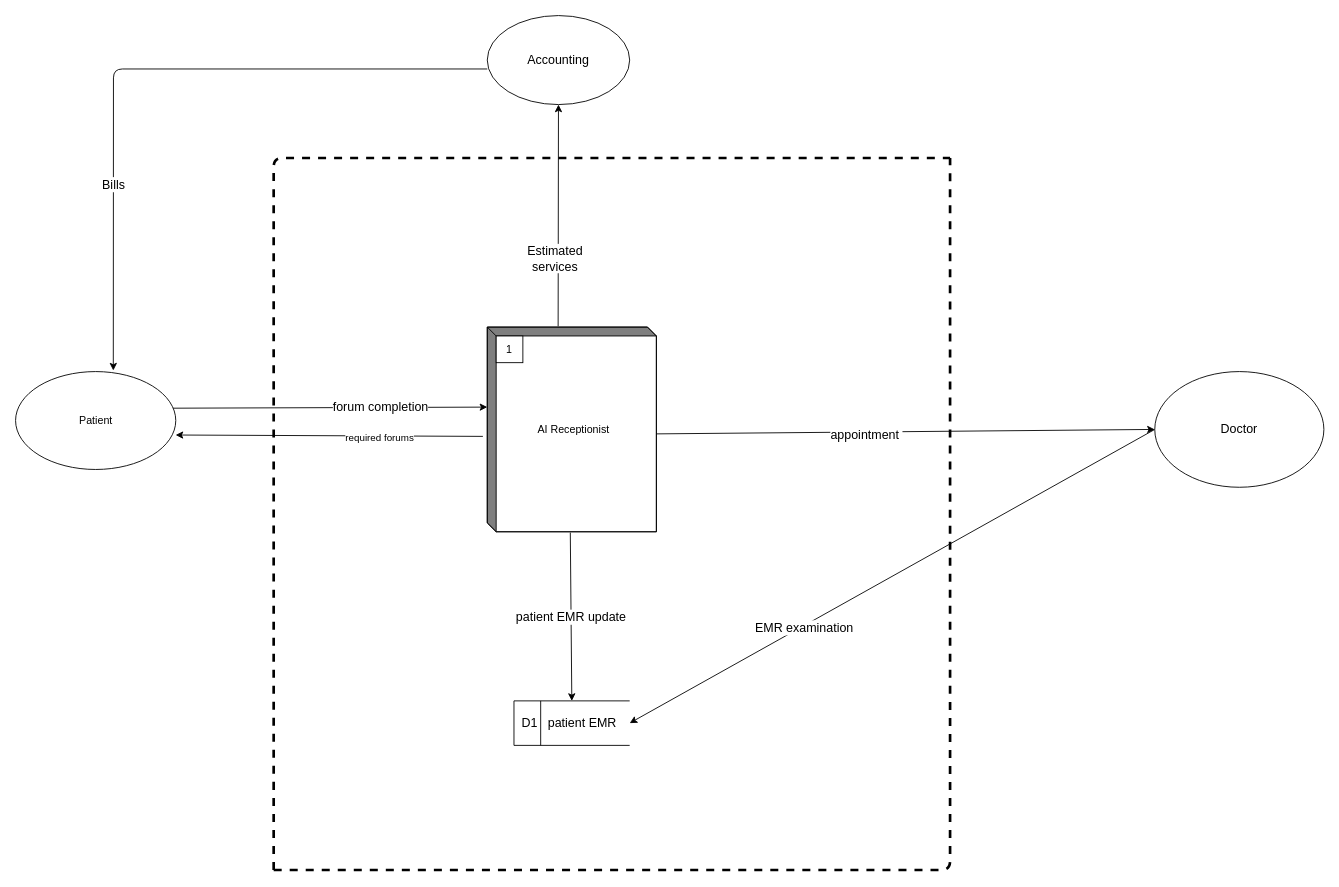
Before: leveloneDFD.drawio in srssina/Healthcare_Database_system, a draw.io diagram. Source tidied: cells renumbered, new cells numbered last; positions are measured from the earlier drawing's top-left corner, leaving out a move shared by most shapes. Both pictures are drawn from the tidied source at 89%, with x=0, y=0 at pixel (15, 15).
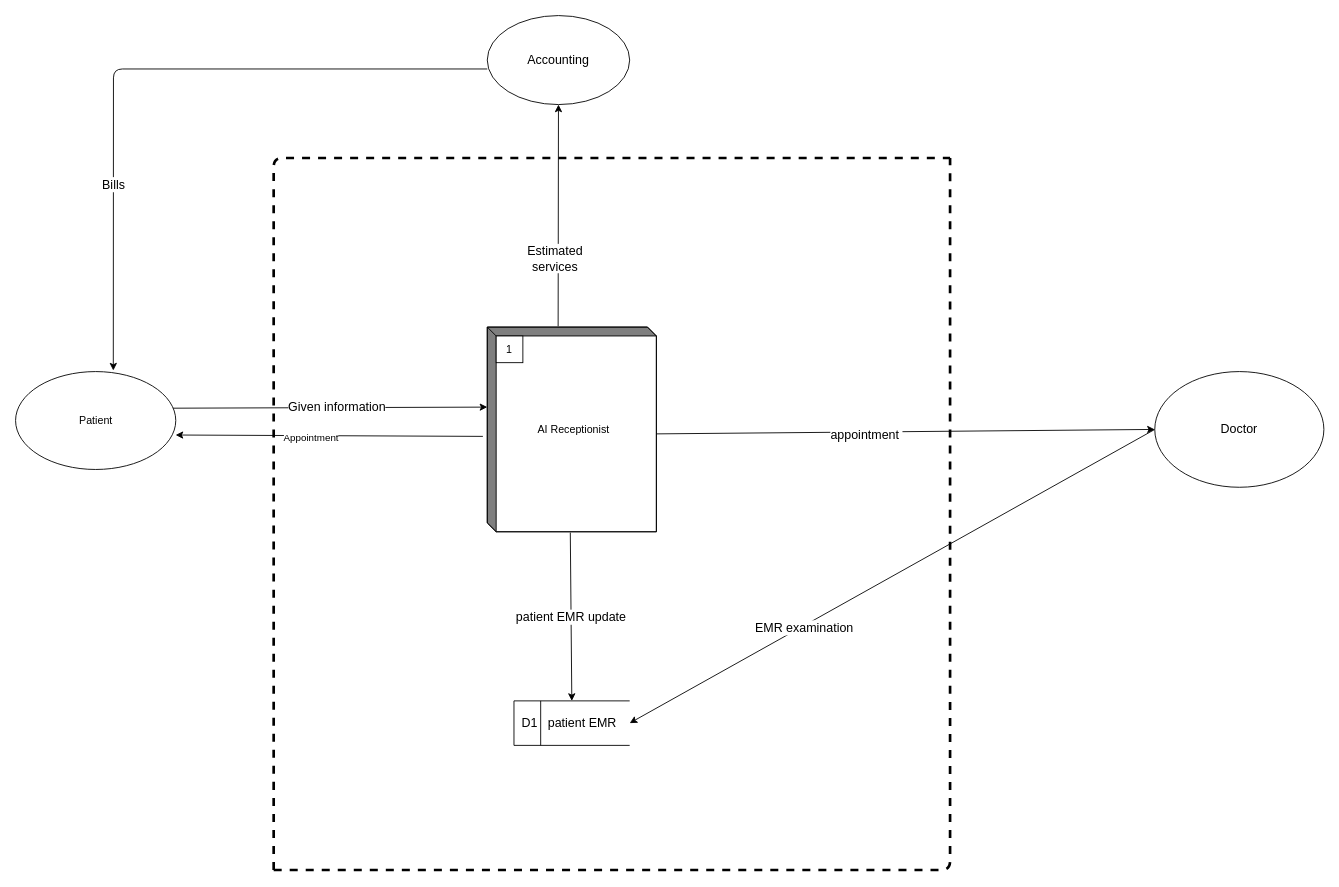
The same diagram, later.

The change refers to these unchanged cells:
```xml
<mxCell id="4" value="Patient" style="shape=ellipse;html=1;dashed=0;whitespace=wrap;perimeter=ellipsePerimeter;rounded=0;strokeColor=default;fillColor=default;gradientColor=none;" parent="1" vertex="1">
  <mxGeometry y="400" width="180" height="110" as="geometry" />
</mxCell>
<mxCell id="9" style="edgeStyle=none;html=1;entryX=0.999;entryY=0.648;entryDx=0;entryDy=0;entryPerimeter=0;exitX=-0.026;exitY=0.534;exitDx=0;exitDy=0;exitPerimeter=0;" parent="1" edge="1" source="11" target="4">
  <mxGeometry relative="1" as="geometry" />
</mxCell>
<mxCell id="11" value="&amp;nbsp;AI Receptionist" style="html=1;dashed=0;whitespace=wrap;shape=mxgraph.dfd.externalEntity;" parent="1" vertex="1">
  <mxGeometry x="530" y="350" width="190" height="230" as="geometry" />
</mxCell>
```

The edit, as a diff of the source:
```diff
@@
-    <mxCell id="2" value="forum completion" style="edgeStyle=none;html=1;exitX=0.981;exitY=0.374;exitDx=0;exitDy=0;entryX=0;entryY=0.391;entryDx=0;entryDy=0;entryPerimeter=0;strokeWidth=1;fontSize=14;exitPerimeter=0;" parent="1" edge="1" source="4" target="11">
-      <mxGeometry x="0.32" relative="1" as="geometry" />
+    <mxCell id="2" value="Given information" style="edgeStyle=none;html=1;exitX=0.981;exitY=0.374;exitDx=0;exitDy=0;entryX=0;entryY=0.391;entryDx=0;entryDy=0;entryPerimeter=0;strokeWidth=1;fontSize=14;exitPerimeter=0;" parent="1" edge="1" source="4" target="11">
+      <mxGeometry x="0.04" y="1" relative="1" as="geometry" />
     </mxCell>
@@
-    <mxCell id="10" value="required forums" style="edgeLabel;html=1;align=center;verticalAlign=middle;" parent="9" vertex="1">
+    <mxCell id="10" value="Appointment" style="edgeLabel;html=1;align=center;verticalAlign=middle;" parent="9" vertex="1">
       <mxGeometry x="0.3" y="2" relative="1" as="geometry">
-        <mxPoint x="107" as="offset" />
+        <mxPoint x="30" as="offset" />
       </mxGeometry>
     </mxCell>
```
